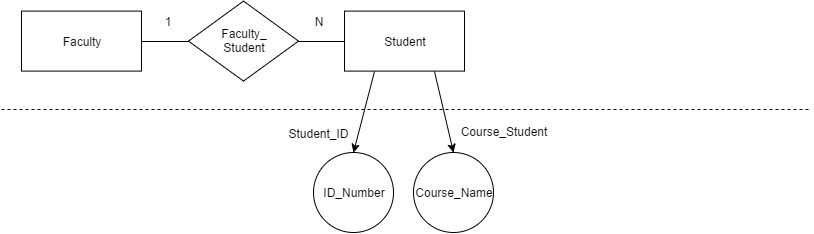
Above: diagram/shift-3.png in jackey1510/TopicsInCS (draw.io), before the change. Source tidied: cells renumbered, new cells last; positions are measured from the earlier drawing's top-left corner, leaving out a move shared by most shapes.
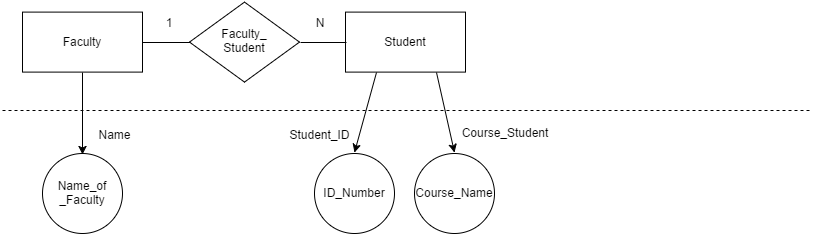
The same diagram one commit later.

Diff of the diagram source:
```diff
@@ -2,50 +2,59 @@
   <root>
     <mxCell id="0" />
     <mxCell id="1" parent="0" />
-    <mxCell id="2" value="Student" style="whiteSpace=wrap;html=1;" parent="1" vertex="1">
-      <mxGeometry x="343" y="9.6" width="120" height="60" as="geometry" />
-    </mxCell>
-    <mxCell id="3" style="edgeStyle=none;rounded=0;html=1;exitX=1;exitY=0.5;entryX=0;entryY=0.5;startArrow=none;startFill=0;endArrow=none;endFill=0;jettySize=auto;strokeColor=#000000;" parent="1" edge="1" source="4" target="2">
-      <mxGeometry x="305" y="597.6" as="geometry" />
-    </mxCell>
-    <mxCell id="4" value="Faculty_&lt;div&gt;Student&lt;/div&gt;" style="rhombus;whiteSpace=wrap;html=1;" parent="1" vertex="1">
-      <mxGeometry x="187" y="-0.4" width="110" height="80" as="geometry" />
-    </mxCell>
-    <mxCell id="5" style="rounded=0;html=1;exitX=1;exitY=0.5;entryX=0;entryY=0.5;jettySize=auto;strokeColor=#000000;startArrow=none;startFill=0;endArrow=none;endFill=0;" parent="1" edge="1" source="6" target="4">
-      <mxGeometry x="148" y="597.6" as="geometry" />
-    </mxCell>
-    <mxCell id="6" value="Faculty" style="whiteSpace=wrap;html=1;" parent="1" vertex="1">
-      <mxGeometry x="20" y="9.6" width="120" height="60" as="geometry" />
-    </mxCell>
-    <mxCell id="7" style="endArrow=none;html=1;strokeColor=#000000;endFill=0;dashed=1;" parent="1" edge="1">
-      <mxGeometry x="8" y="666" as="geometry">
-        <mxPoint y="108" as="sourcePoint" />
-        <mxPoint x="810" y="108" as="targetPoint" />
-      </mxGeometry>
-    </mxCell>
-    <mxCell id="8" value="ID_Number" style="ellipse;whiteSpace=wrap;html=1;" parent="1" vertex="1">
-      <mxGeometry x="312" y="150.6" width="80" height="80" as="geometry" />
-    </mxCell>
-    <mxCell id="9" value="Student_ID" style="text;html=1;strokeColor=none;fillColor=none;align=center;verticalAlign=middle;whiteSpace=wrap;" parent="1" vertex="1">
-      <mxGeometry x="297" y="121.6" width="40" height="20" as="geometry" />
-    </mxCell>
-    <mxCell id="10" style="edgeStyle=none;rounded=0;html=1;exitX=0.25;exitY=1;entryX=0.5;entryY=0;startArrow=none;startFill=0;endArrow=classic;endFill=1;jettySize=auto;strokeColor=#000000;" parent="1" edge="1" source="2" target="8">
-      <mxGeometry x="359.9" y="627" as="geometry" />
-    </mxCell>
-    <mxCell id="11" value="Course_Name" style="ellipse;whiteSpace=wrap;html=1;" parent="1" vertex="1">
-      <mxGeometry x="412" y="150.6" width="80" height="80" as="geometry" />
+    <mxCell id="11" value="Student" style="whiteSpace=wrap;html=1;" parent="1" vertex="1">
+      <mxGeometry x="343" y="9.6" width="120" height="60" as="geometry" />
     </mxCell>
-    <mxCell id="12" style="edgeStyle=none;rounded=0;html=1;exitX=0.75;exitY=1;entryX=0.5;entryY=0;startArrow=none;startFill=0;endArrow=classic;endFill=1;jettySize=auto;strokeColor=#000000;" parent="1" edge="1" source="2" target="11">
-      <mxGeometry x="441.3" y="627" as="geometry" />
+    <mxCell id="12" style="edgeStyle=none;rounded=0;html=1;exitX=1;exitY=0.5;entryX=0;entryY=0.5;startArrow=none;startFill=0;endArrow=none;endFill=0;jettySize=auto;strokeColor=#000000;" parent="1" edge="1" source="13" target="11">
+      <mxGeometry x="305" y="597.6" as="geometry" />
     </mxCell>
-    <mxCell id="13" value="Course_Student" style="text;html=1;strokeColor=none;fillColor=none;align=center;verticalAlign=middle;whiteSpace=wrap;" parent="1" vertex="1">
-      <mxGeometry x="482" y="119.6" width="40" height="20" as="geometry" />
+    <mxCell id="13" value="Faculty_&lt;div&gt;Student&lt;/div&gt;" style="rhombus;whiteSpace=wrap;html=1;" parent="1" vertex="1">
+      <mxGeometry x="187" y="-0.4" width="110" height="80" as="geometry" />
     </mxCell>
-    <mxCell id="14" value="1" style="text;html=1;strokeColor=none;fillColor=none;align=center;verticalAlign=middle;whiteSpace=wrap;" parent="1" vertex="1">
-      <mxGeometry x="146" y="10" width="40" height="20" as="geometry" />
+    <mxCell id="14" style="rounded=0;html=1;exitX=1;exitY=0.5;entryX=0;entryY=0.5;jettySize=auto;strokeColor=#000000;startArrow=none;startFill=0;endArrow=none;endFill=0;" parent="1" edge="1" source="6" target="13">
+      <mxGeometry x="148" y="597.6" as="geometry" />
     </mxCell>
-    <mxCell id="15" value="N" style="text;html=1;strokeColor=none;fillColor=none;align=center;verticalAlign=middle;whiteSpace=wrap;" parent="1" vertex="1">
-      <mxGeometry x="297" y="10" width="40" height="20" as="geometry" />
+    <mxCell id="15" style="edgeStyle=none;rounded=0;html=1;exitX=0.5;exitY=1;entryX=0.5;entryY=0;startArrow=none;startFill=0;endArrow=classic;endFill=1;jettySize=auto;strokeColor=#000000;" parent="1" edge="1" source="6" target="23">
+      <mxGeometry x="88" y="628" as="geometry" />
     </mxCell>
+    <mxCell id="6" value="Faculty" style="whiteSpace=wrap;html=1;" parent="1" vertex="1">
+      <mxGeometry x="20" y="9.6" width="120" height="60" as="geometry" />
+    </mxCell>
+    <mxCell id="16" style="endArrow=none;html=1;strokeColor=#000000;endFill=0;dashed=1;" parent="1" edge="1">
+      <mxGeometry x="8" y="666" as="geometry">
+        <mxPoint y="108" as="sourcePoint" />
+        <mxPoint x="810" y="108" as="targetPoint" />
+      </mxGeometry>
+    </mxCell>
+    <mxCell id="8" value="ID_Number" style="ellipse;whiteSpace=wrap;html=1;" parent="1" vertex="1">
+      <mxGeometry x="312" y="150.6" width="80" height="80" as="geometry" />
+    </mxCell>
+    <mxCell id="9" value="Student_ID" style="text;html=1;strokeColor=none;fillColor=none;align=center;verticalAlign=middle;whiteSpace=wrap;" parent="1" vertex="1">
+      <mxGeometry x="297" y="121.6" width="40" height="20" as="geometry" />
+    </mxCell>
+    <mxCell id="17" style="edgeStyle=none;rounded=0;html=1;exitX=0.25;exitY=1;entryX=0.5;entryY=0;startArrow=none;startFill=0;endArrow=classic;endFill=1;jettySize=auto;strokeColor=#000000;" parent="1" edge="1" source="11" target="8">
+      <mxGeometry x="360" y="628" as="geometry" />
+    </mxCell>
+    <mxCell id="18" value="Course_Name" style="ellipse;whiteSpace=wrap;html=1;" parent="1" vertex="1">
+      <mxGeometry x="412" y="150.6" width="80" height="80" as="geometry" />
+    </mxCell>
+    <mxCell id="19" style="edgeStyle=none;rounded=0;html=1;exitX=0.75;exitY=1;entryX=0.5;entryY=0;startArrow=none;startFill=0;endArrow=classic;endFill=1;jettySize=auto;strokeColor=#000000;" parent="1" edge="1" source="11" target="18">
+      <mxGeometry x="442" y="628" as="geometry" />
+    </mxCell>
+    <mxCell id="20" value="Course_Student" style="text;html=1;strokeColor=none;fillColor=none;align=center;verticalAlign=middle;whiteSpace=wrap;" parent="1" vertex="1">
+      <mxGeometry x="482" y="119.6" width="40" height="20" as="geometry" />
+    </mxCell>
+    <mxCell id="21" value="1" style="text;html=1;strokeColor=none;fillColor=none;align=center;verticalAlign=middle;whiteSpace=wrap;" parent="1" vertex="1">
+      <mxGeometry x="146" y="10" width="40" height="20" as="geometry" />
+    </mxCell>
+    <mxCell id="22" value="N" style="text;html=1;strokeColor=none;fillColor=none;align=center;verticalAlign=middle;whiteSpace=wrap;" parent="1" vertex="1">
+      <mxGeometry x="297" y="10" width="40" height="20" as="geometry" />
+    </mxCell>
+    <mxCell id="23" value="Name_of&lt;div&gt;_&lt;span&gt;Faculty&lt;/span&gt;&lt;/div&gt;" style="ellipse;whiteSpace=wrap;html=1;" parent="1" vertex="1">
+      <mxGeometry x="40" y="151" width="80" height="80" as="geometry" />
+    </mxCell>
+    <mxCell id="24" value="Name" style="text;html=1;strokeColor=none;fillColor=none;align=center;verticalAlign=middle;whiteSpace=wrap;" parent="1" vertex="1">
+      <mxGeometry x="92" y="122" width="40" height="20" as="geometry" />
+    </mxCell>
   </root>
 </mxGraphModel>
```
